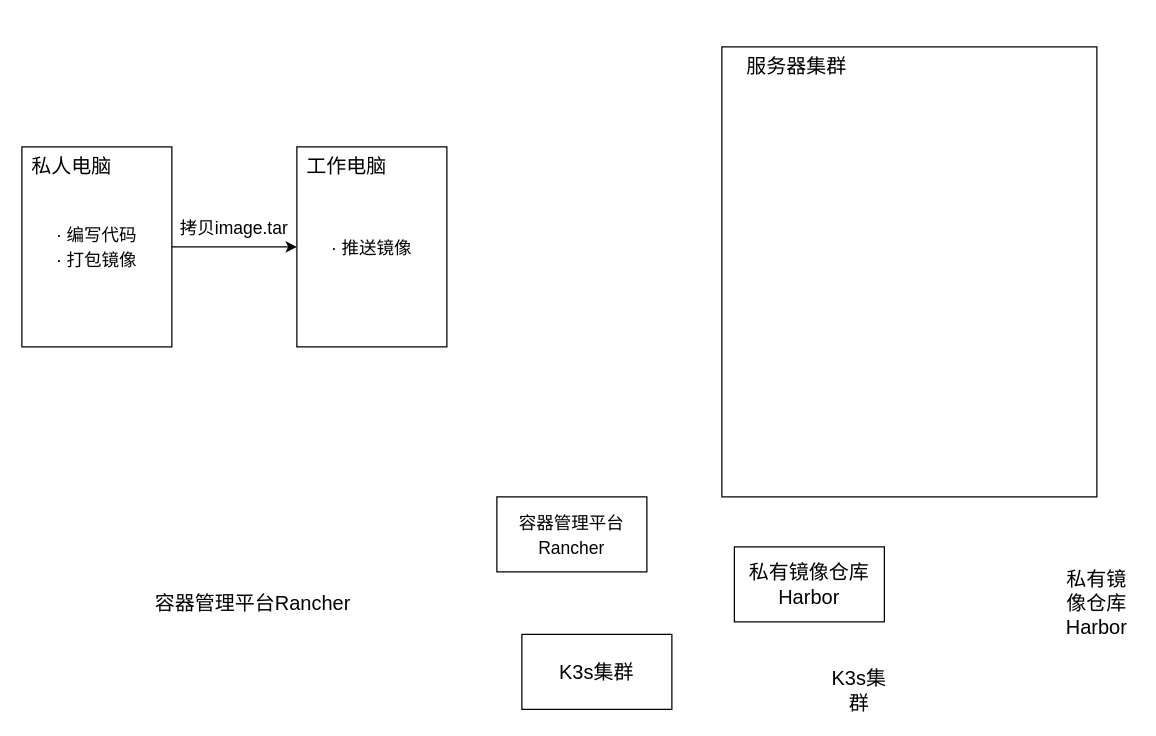
weyg0/Diagrams keeps this draw.io diagram as 服务器容器化管理.drawio. Above is the earlier version. Source tidied: cells renumbered, new cells numbered last; positions are measured from the earlier drawing's top-left corner, leaving out a move shared by most shapes. Both pictures are drawn from the tidied source at 125%, with x=0, y=0 at pixel (21, 46).
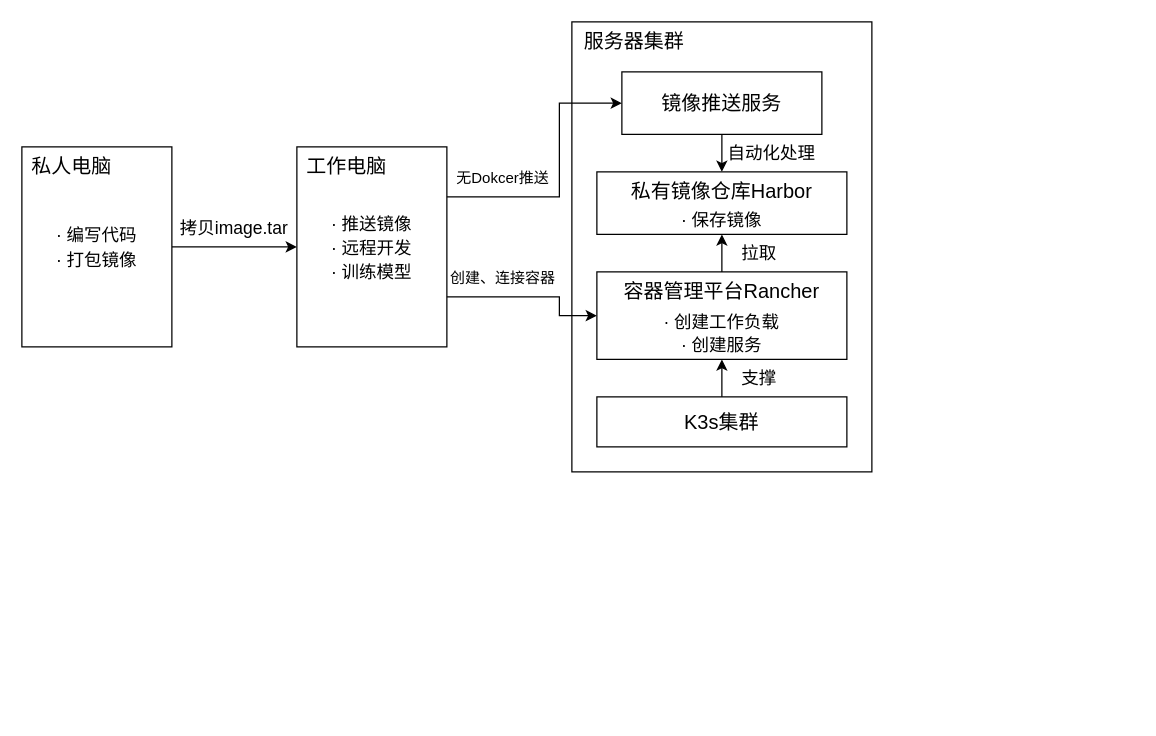
After the change.

Commit message (it also covers changes not shown here):
更新服务器容器化管理.drawio

Diff of the diagram source:
```diff
@@
-    <mxCell id="4" value="&lt;font style=&quot;font-size: 14px;&quot;&gt;· 推送镜像&lt;/font&gt;" style="rounded=0;whiteSpace=wrap;html=1;fontSize=16;" parent="1" vertex="1">
+    <mxCell id="4" value="&lt;font style=&quot;font-size: 14px;&quot;&gt;· 推送镜像&lt;/font&gt;&lt;div&gt;&lt;font style=&quot;font-size: 14px;&quot;&gt;· 远程开发&lt;/font&gt;&lt;/div&gt;&lt;div&gt;&lt;font style=&quot;font-size: 14px;&quot;&gt;· 训练模型&lt;/font&gt;&lt;/div&gt;" style="rounded=0;whiteSpace=wrap;html=1;fontSize=16;" parent="1" vertex="1">
       <mxGeometry x="220" y="80" width="120" height="160" as="geometry" />
     </mxCell>
     <mxCell id="5" style="rounded=0;whiteSpace=wrap;html=1;fontSize=16;" parent="1" vertex="1">
-      <mxGeometry x="560" width="300" height="360" as="geometry" />
+      <mxGeometry x="440" y="-20" width="240" height="360" as="geometry" />
     </mxCell>
@@
     <mxCell id="8" value="服务器集群" style="text;html=1;whiteSpace=wrap;strokeColor=none;fillColor=none;align=center;verticalAlign=middle;rounded=0;fontSize=16;" parent="1" vertex="1">
-      <mxGeometry x="560" width="120" height="30" as="geometry" />
+      <mxGeometry x="440" y="-20" width="100" height="30" as="geometry" />
     </mxCell>
@@
-    <mxCell id="10" value="&lt;font style=&quot;font-size: 14px;&quot;&gt;容器管理平台Rancher&lt;/font&gt;" style="whiteSpace=wrap;html=1;fontSize=16;" parent="1" vertex="1">
-      <mxGeometry x="380" y="360" width="120" height="60" as="geometry" />
+    <mxCell id="10" value="&lt;span style=&quot;font-size: 14px;&quot;&gt;· 创建工作负载&lt;/span&gt;&lt;div&gt;&lt;span style=&quot;font-size: 14px;&quot;&gt;· 创建服务&lt;/span&gt;&lt;/div&gt;" style="whiteSpace=wrap;html=1;fontSize=16;verticalAlign=bottom;" parent="1" vertex="1">
+      <mxGeometry x="460" y="180" width="200" height="70" as="geometry" />
     </mxCell>
-    <mxCell id="11" value="私有镜像仓库&lt;div&gt;Harbor&lt;/div&gt;" style="whiteSpace=wrap;html=1;fontSize=16;" parent="1" vertex="1">
-      <mxGeometry x="570" y="400" width="120" height="60" as="geometry" />
+    <mxCell id="11" value="&lt;font style=&quot;font-size: 14px;&quot;&gt;· 保存镜像&lt;/font&gt;" style="whiteSpace=wrap;html=1;fontSize=16;verticalAlign=bottom;" parent="1" vertex="1">
+      <mxGeometry x="460" y="100" width="200" height="50" as="geometry" />
     </mxCell>
+    <mxCell id="16" style="edgeStyle=orthogonalEdgeStyle;rounded=0;jettySize=auto;html=1;exitX=0.5;exitY=0;exitDx=0;exitDy=0;entryX=0.5;entryY=1;entryDx=0;entryDy=0;" parent="1" edge="1" source="12" target="10">
+      <mxGeometry relative="1" as="geometry" />
+    </mxCell>
     <mxCell id="12" value="K3s集群" style="whiteSpace=wrap;html=1;fontSize=16;" parent="1" vertex="1">
-      <mxGeometry x="400" y="470" width="120" height="60" as="geometry" />
+      <mxGeometry x="460" y="280" width="200" height="40" as="geometry" />
     </mxCell>
+    <mxCell id="17" style="edgeStyle=orthogonalEdgeStyle;rounded=0;jettySize=auto;html=1;exitX=0.5;exitY=0;exitDx=0;exitDy=0;entryX=0.5;entryY=1;entryDx=0;entryDy=0;" parent="1" edge="1" source="13" target="11">
+      <mxGeometry relative="1" as="geometry" />
+    </mxCell>
     <mxCell id="13" value="&lt;span style=&quot;font-size: 16px;&quot;&gt;容器管理平台&lt;/span&gt;&lt;span style=&quot;font-size: 16px;&quot;&gt;Rancher&lt;/span&gt;" style="text;html=1;whiteSpace=wrap;strokeColor=none;fillColor=none;align=center;verticalAlign=middle;rounded=0;" parent="1" vertex="1">
-      <mxGeometry x="100" y="430" width="170" height="30" as="geometry" />
+      <mxGeometry x="460" y="180" width="200" height="30" as="geometry" />
     </mxCell>
-    <mxCell id="14" value="&lt;span style=&quot;font-size: 16px;&quot;&gt;私有镜像仓库&lt;/span&gt;&lt;div style=&quot;font-size: 16px;&quot;&gt;Harbor&lt;/div&gt;" style="text;html=1;whiteSpace=wrap;strokeColor=none;fillColor=none;align=center;verticalAlign=middle;rounded=0;" parent="1" vertex="1">
-      <mxGeometry x="830" y="430" width="60" height="30" as="geometry" />
+    <mxCell id="14" value="&lt;span style=&quot;font-size: 16px;&quot;&gt;私有镜像仓库&lt;/span&gt;&lt;span style=&quot;font-size: 16px; background-color: transparent; color: light-dark(rgb(0, 0, 0), rgb(255, 255, 255));&quot;&gt;Harbor&lt;/span&gt;" style="text;html=1;whiteSpace=wrap;strokeColor=none;fillColor=none;align=center;verticalAlign=middle;rounded=0;" parent="1" vertex="1">
+      <mxGeometry x="460" y="100" width="200" height="30" as="geometry" />
     </mxCell>
-    <mxCell id="15" value="&lt;span style=&quot;font-size: 16px;&quot;&gt;K3s集群&lt;/span&gt;" style="text;html=1;whiteSpace=wrap;strokeColor=none;fillColor=none;align=center;verticalAlign=middle;rounded=0;" parent="1" vertex="1">
-      <mxGeometry x="640" y="500" width="60" height="30" as="geometry" />
-    </mxCell>
+    <mxCell id="18" value="&lt;font style=&quot;font-size: 14px;&quot;&gt;支撑&lt;/font&gt;" style="text;html=1;whiteSpace=wrap;strokeColor=none;fillColor=none;align=center;verticalAlign=middle;rounded=0;" parent="1" vertex="1">
+      <mxGeometry x="560" y="250" width="60" height="30" as="geometry" />
+    </mxCell>
+    <mxCell id="19" style="edgeStyle=orthogonalEdgeStyle;rounded=0;jettySize=auto;html=1;exitX=0.5;exitY=1;exitDx=0;exitDy=0;entryX=0.5;entryY=0;entryDx=0;entryDy=0;" parent="1" edge="1" source="20" target="14">
+      <mxGeometry relative="1" as="geometry" />
+    </mxCell>
+    <mxCell id="20" value="镜像推送&lt;span style=&quot;background-color: transparent; color: light-dark(rgb(0, 0, 0), rgb(255, 255, 255));&quot;&gt;服务&lt;/span&gt;" style="rounded=0;whiteSpace=wrap;html=1;fontSize=16;" parent="1" vertex="1">
+      <mxGeometry x="480" y="20" width="160" height="50" as="geometry" />
+    </mxCell>
+    <mxCell id="21" value="&lt;font style=&quot;font-size: 14px;&quot;&gt;拉取&lt;/font&gt;" style="text;html=1;whiteSpace=wrap;strokeColor=none;fillColor=none;align=center;verticalAlign=middle;rounded=0;" parent="1" vertex="1">
+      <mxGeometry x="560" y="150" width="60" height="30" as="geometry" />
+    </mxCell>
+    <mxCell id="22" value="&lt;font style=&quot;font-size: 14px;&quot;&gt;自动化处理&lt;/font&gt;" style="text;html=1;whiteSpace=wrap;strokeColor=none;fillColor=none;align=center;verticalAlign=middle;rounded=0;" parent="1" vertex="1">
+      <mxGeometry x="560" y="70" width="80" height="30" as="geometry" />
+    </mxCell>
+    <mxCell id="23" style="edgeStyle=orthogonalEdgeStyle;rounded=0;jettySize=auto;html=1;exitX=1;exitY=0.25;exitDx=0;exitDy=0;entryX=0;entryY=0.5;entryDx=0;entryDy=0;" parent="1" edge="1" source="4" target="20">
+      <mxGeometry relative="1" as="geometry">
+        <Array as="points">
+          <mxPoint x="430" y="120" />
+          <mxPoint x="430" y="45" />
+        </Array>
+      </mxGeometry>
+    </mxCell>
+    <mxCell id="24" style="edgeStyle=orthogonalEdgeStyle;rounded=0;jettySize=auto;html=1;exitX=1;exitY=0.75;exitDx=0;exitDy=0;entryX=0;entryY=0.5;entryDx=0;entryDy=0;" parent="1" edge="1" source="4" target="10">
+      <mxGeometry relative="1" as="geometry">
+        <Array as="points">
+          <mxPoint x="430" y="200" />
+          <mxPoint x="430" y="215" />
+        </Array>
+      </mxGeometry>
+    </mxCell>
+    <mxCell id="25" value="创建、连接容器" style="text;html=1;whiteSpace=wrap;strokeColor=none;fillColor=none;align=center;verticalAlign=middle;rounded=0;" parent="1" vertex="1">
+      <mxGeometry x="340" y="170" width="90" height="30" as="geometry" />
+    </mxCell>
+    <mxCell id="26" value="无Dokcer推送" style="text;html=1;whiteSpace=wrap;strokeColor=none;fillColor=none;align=center;verticalAlign=middle;rounded=0;" parent="1" vertex="1">
+      <mxGeometry x="340" y="90" width="90" height="30" as="geometry" />
+    </mxCell>
```
